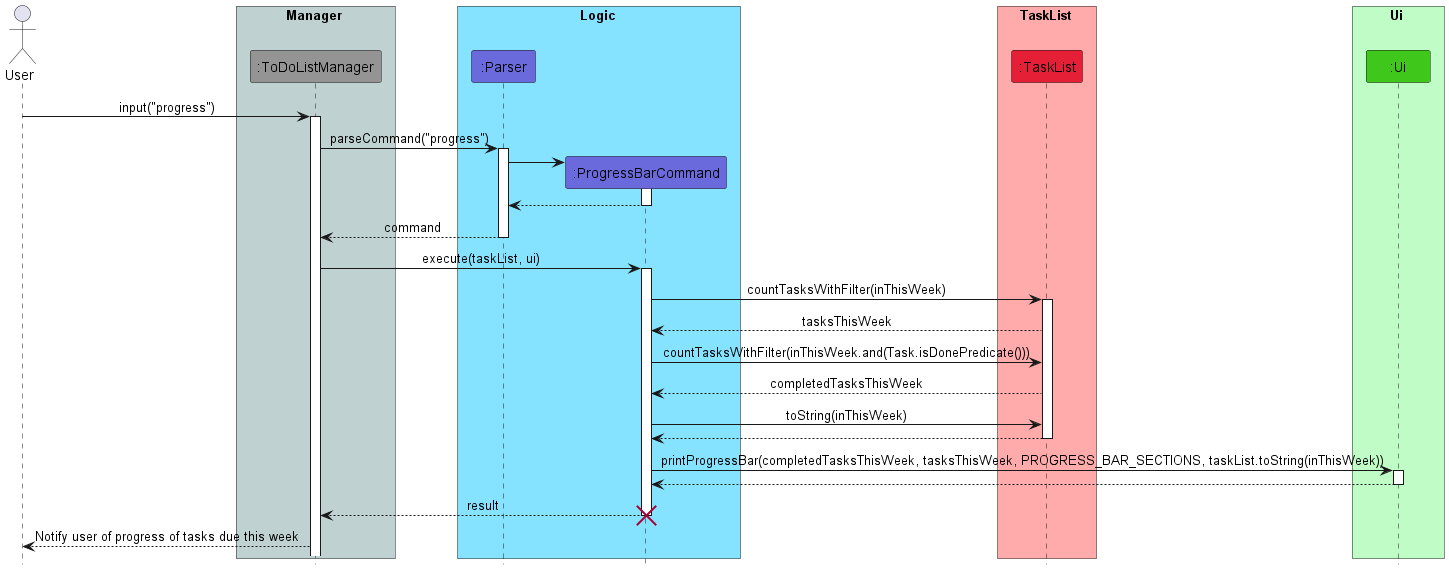
Above: docs/images/ProgressBarCommandSequence.png in nus-cs2113-AY2223S2/tp (PlantUML), before the change.
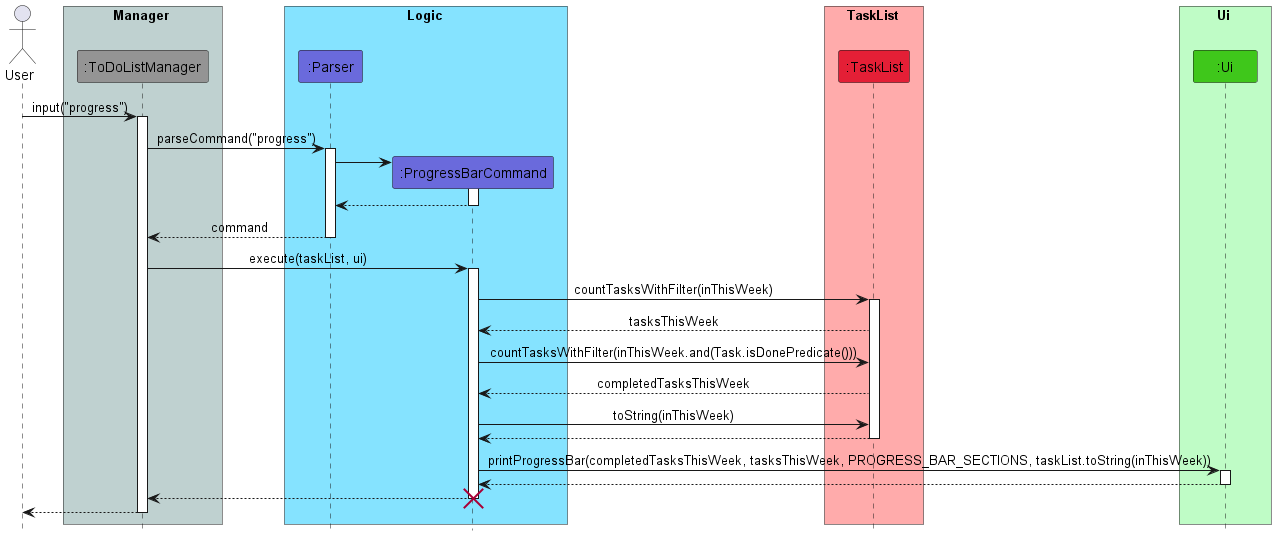
After the commit.

The edit, as a diff of the source:
```diff
@@ -48,8 +48,9 @@
 Ui --> ProgressBarCommand
 deactivate Ui
 
-ProgressBarCommand --> ToDoListManager : result
+ProgressBarCommand --> ToDoListManager
 deactivate ProgressBarCommand
 destroy ProgressBarCommand
-ToDoListManager --> User : Notify user of progress of tasks due this week
+ToDoListManager --> User
+deactivate ToDoListManager
 @enduml
```
